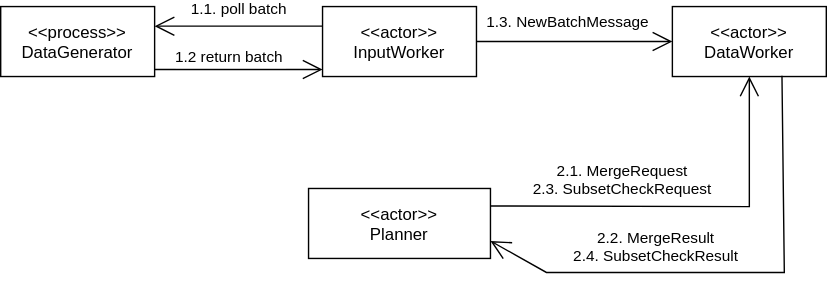
Before: imgs/system-simple.svg, a diagram exported from draw.io (HelenBrgg/DynamicDataProfile). Source tidied: cells renumbered, new cells last; positions are measured from the earlier drawing's top-left corner, leaving out a move shared by most shapes.
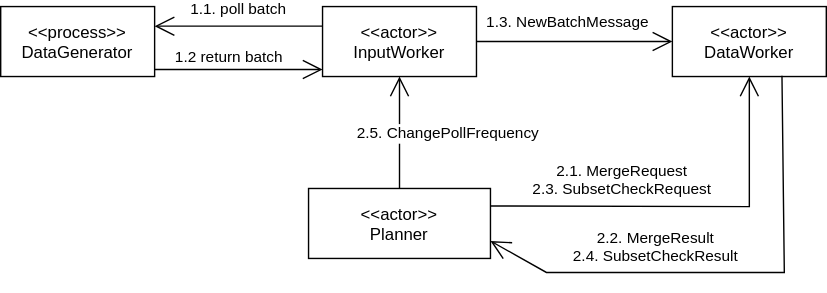
After the commit.

What changed in the source:
```diff
@@ -69,5 +69,12 @@
         <mxPoint x="4" y="-10" as="offset" />
       </mxGeometry>
     </mxCell>
+    <mxCell id="16" value="2.5. ChangePollFrequency" style="endArrow=open;endFill=1;endSize=12;rounded=0;entryX=0.5;entryY=1;entryDx=0;entryDy=0;exitX=0.5;exitY=0;exitDx=0;exitDy=0;" parent="1" edge="1" source="4" target="2">
+      <mxGeometry y="-35" relative="1" as="geometry">
+        <Array as="points">
+          <mxPoint x="285" y="90" />
+        </Array>
+      </mxGeometry>
+    </mxCell>
   </root>
 </mxGraphModel>
```
